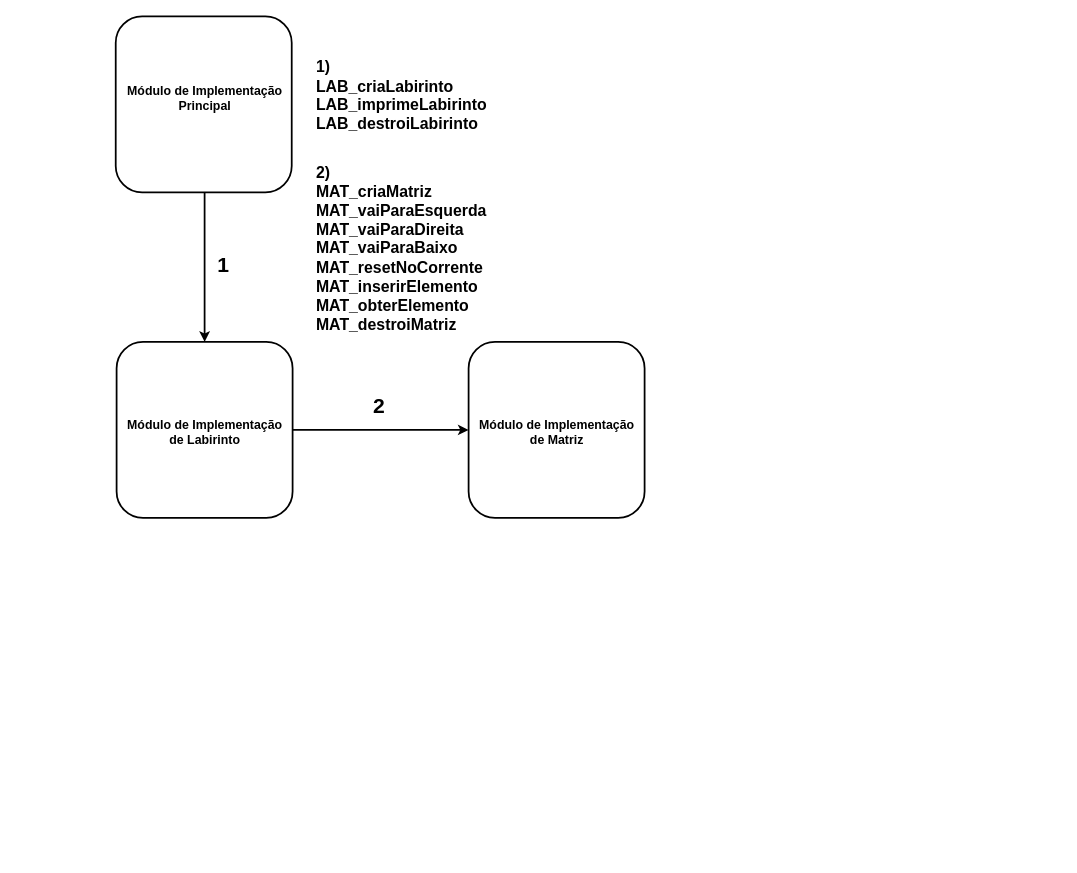
This is page "ModeloDeArquitetura" (1 of 2) of TRAB2/Modelo de Arquitetura de Software/DiagramaDeArquiteturaDeSoftware.drawio from pcoast/modular-inf1301, a draw.io file, before an edit. Source tidied: cells renumbered, new cells numbered last; positions are measured from the earlier drawing's top-left corner, leaving out a move shared by most shapes. Both pictures are drawn from the tidied source at 88%, with x=0, y=0 at pixel (115, 16).
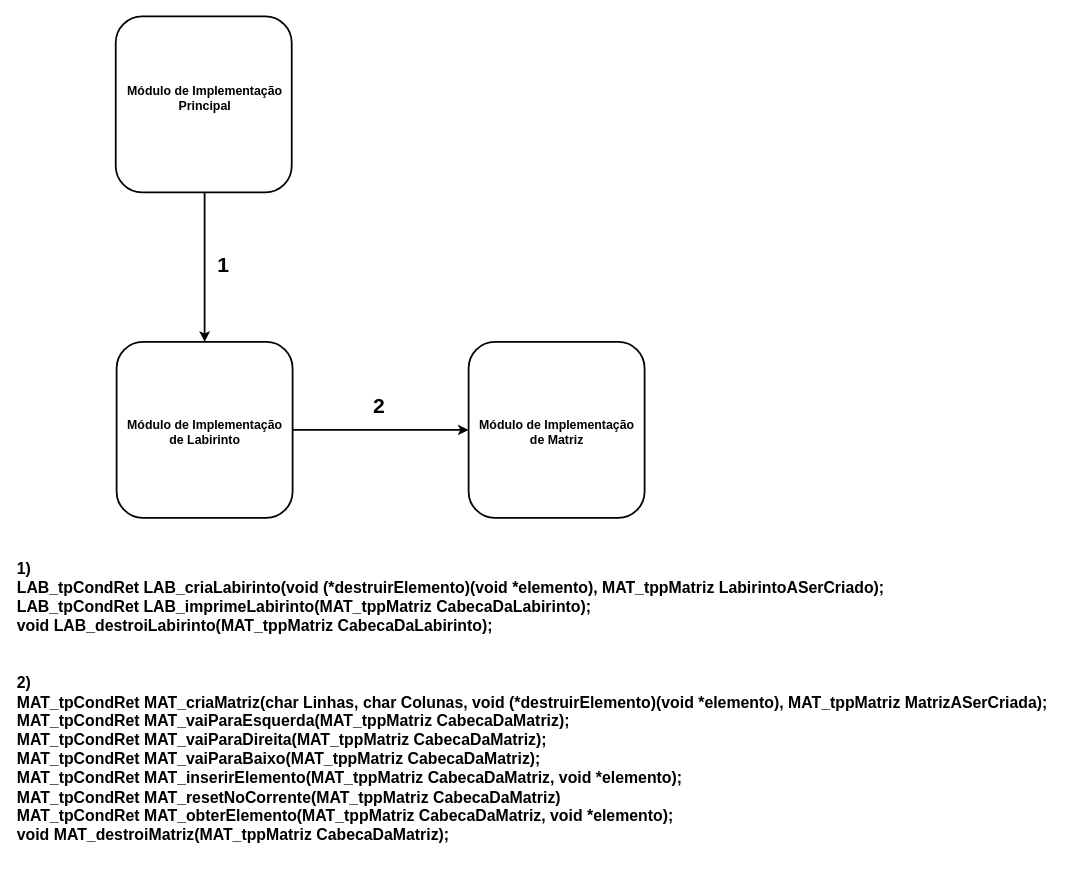
After the change.

Diff of the diagram source:
```diff
@@
 <mxGraphModel>
   <root>
     <mxCell id="0" />
     <mxCell id="1" parent="0" />
     <mxCell id="2" style="whiteSpace=wrap;html=1;rounded=1;strokeWidth=2;" parent="1" vertex="1">
       <mxGeometry x="401" y="370" width="200" height="200" as="geometry" />
     </mxCell>
     <mxCell id="3" style="edgeStyle=orthogonalEdgeStyle;rounded=0;jettySize=auto;html=1;entryX=0;entryY=0.5;entryDx=0;entryDy=0;comic=0;strokeWidth=2;" parent="1" edge="1" source="4" target="2">
       <mxGeometry relative="1" as="geometry" />
     </mxCell>
     <mxCell id="4" style="whiteSpace=wrap;html=1;rounded=1;strokeWidth=2;" parent="1" vertex="1">
       <mxGeometry x="1" y="370" width="200" height="200" as="geometry" />
     </mxCell>
     <mxCell id="5" style="edgeStyle=orthogonalEdgeStyle;rounded=0;jettySize=auto;html=1;entryX=0.5;entryY=0;entryDx=0;entryDy=0;strokeWidth=2;" parent="1" edge="1" source="6" target="4">
       <mxGeometry relative="1" as="geometry">
         <Array as="points">
           <mxPoint x="101" y="240" />
           <mxPoint x="101" y="240" />
         </Array>
       </mxGeometry>
     </mxCell>
     <mxCell id="6" style="whiteSpace=wrap;html=1;rounded=1;glass=0;strokeWidth=2;" parent="1" vertex="1">
       <mxGeometry width="200" height="200" as="geometry" />
     </mxCell>
     <mxCell id="7" value="&lt;h3&gt;&lt;b&gt;Módulo de Implementação&lt;br&gt;&lt;/b&gt;&lt;b&gt;de Labirinto&lt;/b&gt;&lt;/h3&gt;" style="text;html=1;align=center;verticalAlign=top;spacingTop=-4;" parent="1" vertex="1">
       <mxGeometry x="6" y="440" width="190" height="60" as="geometry" />
     </mxCell>
     <mxCell id="8" value="&lt;h3&gt;Módulo de Implementação&lt;br&gt;de Matriz&lt;/h3&gt;" style="text;html=1;align=center;verticalAlign=top;spacingTop=-4;" parent="1" vertex="1">
       <mxGeometry x="406" y="440" width="190" height="60" as="geometry" />
     </mxCell>
     <mxCell id="9" value="&lt;h3&gt;&lt;b&gt;Módulo de Implementação&lt;br&gt;&lt;/b&gt;Principal&lt;/h3&gt;" style="text;html=1;align=center;verticalAlign=top;spacingTop=-4;" parent="1" vertex="1">
       <mxGeometry x="6" y="60" width="190" height="60" as="geometry" />
     </mxCell>
     <mxCell id="10" value="&lt;h1&gt;1&lt;/h1&gt;" style="text;html=1;align=center;verticalAlign=top;spacingTop=-4;" parent="1" vertex="1">
       <mxGeometry x="107" y="250" width="30" height="50" as="geometry" />
     </mxCell>
     <mxCell id="11" value="&lt;h1&gt;2&lt;/h1&gt;" style="text;html=1;align=center;verticalAlign=top;spacingTop=-4;" parent="1" vertex="1">
       <mxGeometry x="283.5" y="410" width="30" height="50" as="geometry" />
     </mxCell>
-    <mxCell id="12" value="&lt;h2&gt;1)&lt;br&gt;LAB_criaLabirinto&lt;br&gt;LAB_imprimeLabirinto&lt;br&gt;LAB_destroiLabirinto&lt;/h2&gt;" style="text;html=1;align=left;verticalAlign=top;spacingTop=-4;" parent="1" vertex="1">
-      <mxGeometry x="226" y="30" width="210" height="90" as="geometry" />
+    <mxCell id="12" value="&lt;h2&gt;1)&lt;br&gt;LAB_tpCondRet LAB_criaLabirinto(void (*destruirElemento)(void *elemento), MAT_tppMatriz LabirintoASerCriado);&lt;br&gt;LAB_tpCondRet LAB_imprimeLabirinto(MAT_tppMatriz CabecaDaLabirinto);&lt;br&gt;void LAB_destroiLabirinto(MAT_tppMatriz CabecaDaLabirinto);&lt;/h2&gt;" style="text;html=1;align=left;verticalAlign=top;spacingTop=-4;" parent="1" vertex="1">
+      <mxGeometry x="-114" y="600" width="1000" height="90" as="geometry" />
     </mxCell>
-    <mxCell id="13" value="&lt;h2&gt;&lt;span&gt;2)&lt;br&gt;&lt;/span&gt;MAT_criaMatriz&lt;br&gt;MAT_vaiParaEsquerda&lt;br&gt;MAT_vaiParaDireita&lt;br&gt;MAT_vaiParaBaixo&lt;br&gt;MAT_resetNoCorrente&lt;br&gt;MAT_inserirElemento&lt;br&gt;MAT_obterElemento&lt;br&gt;MAT_destroiMatriz&lt;/h2&gt;" style="text;html=1;align=left;verticalAlign=top;spacingTop=-4;" parent="1" vertex="1">
-      <mxGeometry x="226" y="149.5" width="210" height="160" as="geometry" />
+    <mxCell id="13" value="&lt;h2&gt;&lt;span&gt;2)&lt;br&gt;&lt;/span&gt;MAT_tpCondRet MAT_criaMatriz(char Linhas, char Colunas, void (*destruirElemento)(void *elemento), MAT_tppMatriz MatrizASerCriada);&lt;br&gt;MAT_tpCondRet MAT_vaiParaEsquerda(MAT_tppMatriz CabecaDaMatriz);&lt;br&gt;MAT_tpCondRet MAT_vaiParaDireita(MAT_tppMatriz CabecaDaMatriz);&lt;br&gt;MAT_tpCondRet MAT_vaiParaBaixo(MAT_tppMatriz CabecaDaMatriz);&lt;br&gt;MAT_tpCondRet MAT_inserirElemento(MAT_tppMatriz CabecaDaMatriz, void *elemento);&lt;br&gt;MAT_tpCondRet MAT_resetNoCorrente(MAT_tppMatriz CabecaDaMatriz)&lt;br&gt;MAT_tpCondRet MAT_obterElemento(MAT_tppMatriz CabecaDaMatriz, void *elemento);&lt;br&gt;void MAT_destroiMatriz(MAT_tppMatriz CabecaDaMatriz);&lt;/h2&gt;" style="text;html=1;align=left;verticalAlign=top;spacingTop=-4;" parent="1" vertex="1">
+      <mxGeometry x="-114" y="730" width="1190" height="160" as="geometry" />
     </mxCell>
   </root>
 </mxGraphModel>
```
